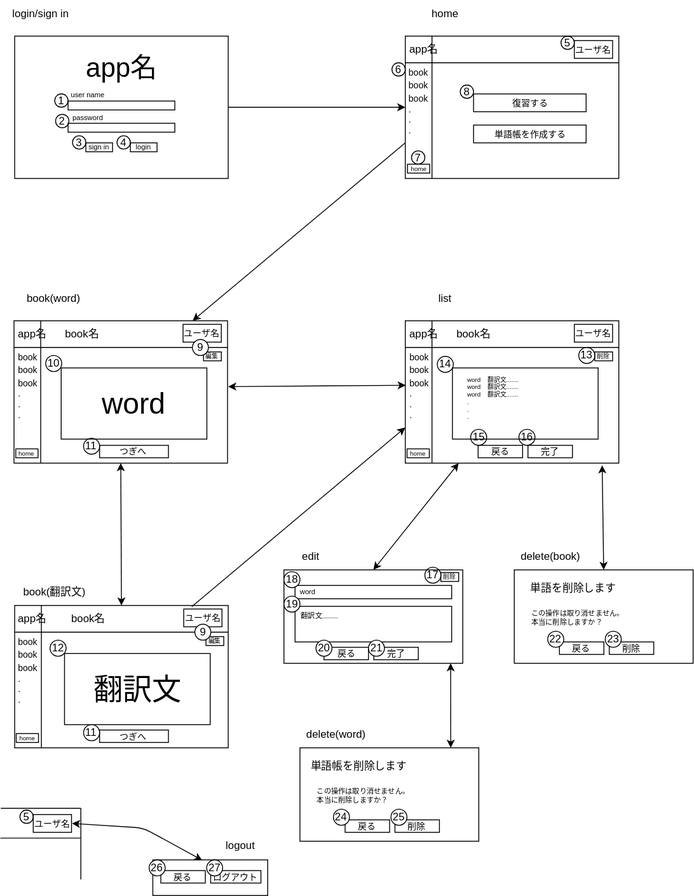
The draw.io diagram 画面遷移図.drawio.svg in hisho-123/my-vocabulary-book_frontend, before a commit. Source tidied: cells renumbered, new cells last; positions are measured from the earlier drawing's top-left corner, leaving out a move shared by most shapes.
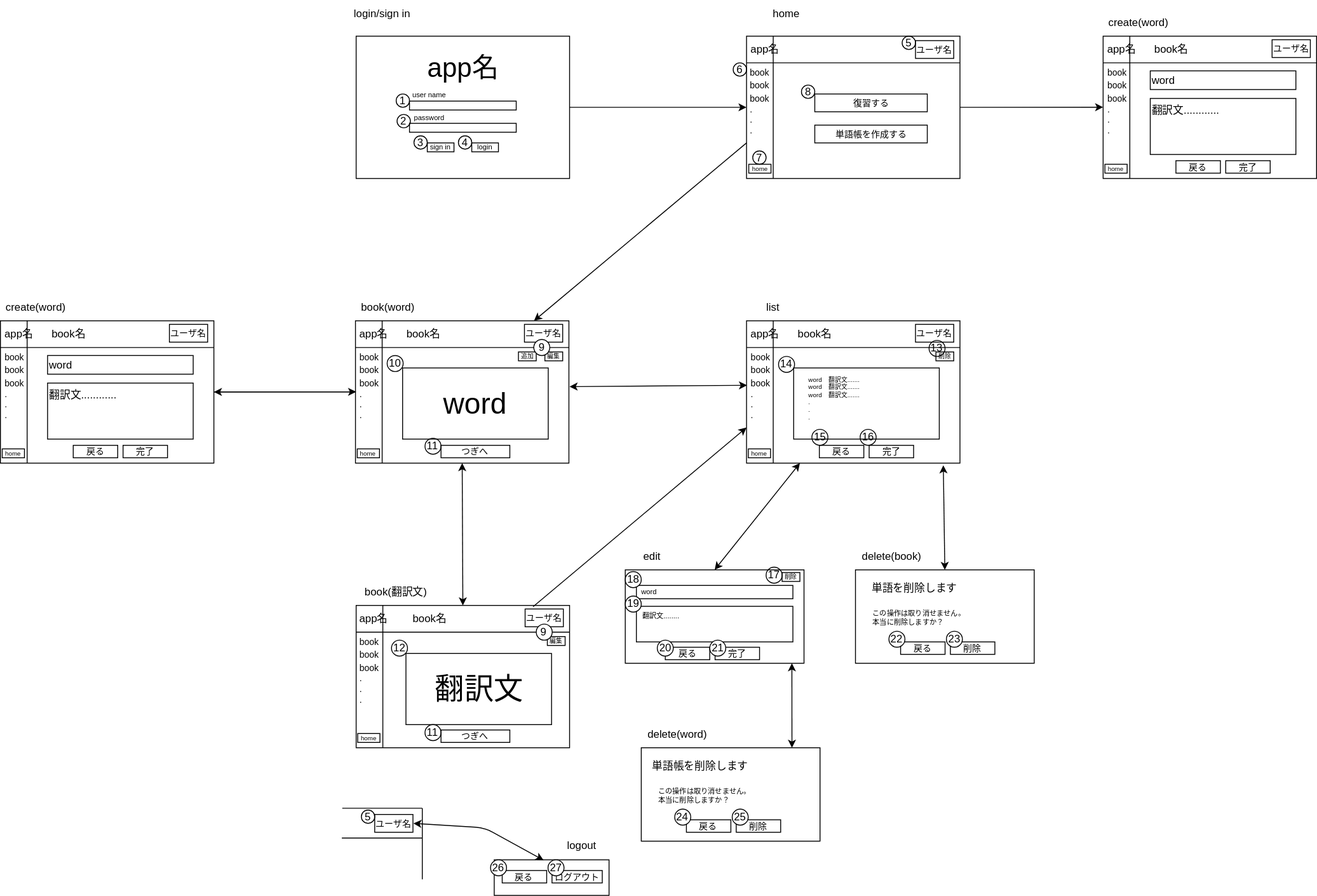
After the commit.

Commit message:
単語帳、単語の作成画面を作成(editREADME)

Change to the diagram source:
```diff
@@ -11,9 +11,17 @@
     <mxCell id="4" style="rounded=0;whiteSpace=wrap;html=1;strokeColor=default;fontSize=12;" parent="1" vertex="1">
       <mxGeometry x="72" y="734" width="163.8" height="80" as="geometry" />
     </mxCell>
+    <mxCell id="119" style="edgeStyle=none;html=1;exitX=0;exitY=0.5;exitDx=0;exitDy=0;entryX=1;entryY=0.5;entryDx=0;entryDy=0;" parent="1" edge="1" source="5" target="123">
+      <mxGeometry relative="1" as="geometry" />
+    </mxCell>
     <mxCell id="5" style="shape=internalStorage;whiteSpace=wrap;html=1;backgroundOutline=1;dx=30;dy=30;" parent="1" vertex="1">
       <mxGeometry x="15.2" y="360" width="240" height="160" as="geometry" />
     </mxCell>
+    <mxCell id="120" style="edgeStyle=none;html=1;exitX=1;exitY=0.5;exitDx=0;exitDy=0;fontSize=9;" parent="1" edge="1" source="6">
+      <mxGeometry relative="1" as="geometry">
+        <mxPoint x="856" y="119.8" as="targetPoint" />
+      </mxGeometry>
+    </mxCell>
     <mxCell id="6" style="shape=internalStorage;whiteSpace=wrap;html=1;backgroundOutline=1;dx=30;dy=30;" parent="1" vertex="1">
       <mxGeometry x="455" y="40" width="240" height="160" as="geometry" />
     </mxCell>
@@ -33,7 +41,7 @@
       <mxGeometry x="456" y="40" width="40" height="30" as="geometry" />
     </mxCell>
     <mxCell id="12" value="book(word)" style="text;html=1;strokeColor=none;fillColor=none;align=center;verticalAlign=middle;whiteSpace=wrap;rounded=0;" parent="1" vertex="1">
-      <mxGeometry x="30.2" y="320" width="60" height="30" as="geometry" />
+      <mxGeometry x="21.9" y="330" width="60" height="30" as="geometry" />
     </mxCell>
     <mxCell id="13" style="rounded=0;whiteSpace=wrap;html=1;strokeColor=default;fontSize=12;" parent="1" vertex="1">
       <mxGeometry x="68.2" y="413" width="163.8" height="80" as="geometry" />
@@ -120,7 +128,7 @@
       <mxGeometry x="455" y="360" width="240" height="160" as="geometry" />
     </mxCell>
     <mxCell id="41" value="list" style="text;html=1;strokeColor=none;fillColor=none;align=center;verticalAlign=middle;whiteSpace=wrap;rounded=0;" parent="1" vertex="1">
-      <mxGeometry x="470" y="320" width="60" height="30" as="geometry" />
+      <mxGeometry x="455" y="330" width="60" height="30" as="geometry" />
     </mxCell>
     <mxCell id="42" style="rounded=0;whiteSpace=wrap;html=1;strokeColor=default;fontSize=12;" parent="1" vertex="1">
       <mxGeometry x="508" y="413" width="163.8" height="80" as="geometry" />
@@ -242,9 +250,6 @@
     <mxCell id="79" value="14" style="ellipse;whiteSpace=wrap;html=1;fontSize=12;fillColor=none;" parent="1" vertex="1">
       <mxGeometry x="491" y="400" width="18" height="18" as="geometry" />
     </mxCell>
-    <mxCell id="80" value="13" style="ellipse;whiteSpace=wrap;html=1;fontSize=12;fillColor=none;" parent="1" vertex="1">
-      <mxGeometry x="650" y="390" width="18" height="18" as="geometry" />
-    </mxCell>
     <mxCell id="81" value="15" style="ellipse;whiteSpace=wrap;html=1;fontSize=12;fillColor=none;" parent="1" vertex="1">
       <mxGeometry x="528.5" y="482" width="18" height="18" as="geometry" />
     </mxCell>
@@ -278,9 +283,6 @@
     <mxCell id="91" value="&lt;font style=&quot;font-size: 7px;&quot;&gt;編集&lt;/font&gt;" style="rounded=0;whiteSpace=wrap;html=1;spacingTop=-3;" parent="1" vertex="1">
       <mxGeometry x="228.2" y="395" width="20" height="10" as="geometry" />
     </mxCell>
-    <mxCell id="92" value="9" style="ellipse;whiteSpace=wrap;html=1;fontSize=12;fillColor=default;" parent="1" vertex="1">
-      <mxGeometry x="215.8" y="381" width="18" height="18" as="geometry" />
-    </mxCell>
     <mxCell id="93" value="23" style="ellipse;whiteSpace=wrap;html=1;fontSize=12;fillColor=default;" parent="1" vertex="1">
       <mxGeometry x="679.8" y="709" width="18" height="18" as="geometry" />
     </mxCell>
@@ -375,5 +377,83 @@
     <mxCell id="118" value="&lt;span style=&quot;font-size: 10px;&quot;&gt;単語帳を作成する&lt;/span&gt;" style="text;html=1;strokeColor=default;fillColor=none;align=center;verticalAlign=middle;whiteSpace=wrap;rounded=0;" parent="1" vertex="1">
       <mxGeometry x="531.8" y="140" width="126.5" height="20" as="geometry" />
     </mxCell>
+    <mxCell id="121" value="&lt;span style=&quot;font-size: 7px;&quot;&gt;追加&lt;/span&gt;" style="rounded=0;whiteSpace=wrap;html=1;spacingTop=-3;" parent="1" vertex="1">
+      <mxGeometry x="198.5" y="395" width="20" height="10" as="geometry" />
+    </mxCell>
+    <mxCell id="80" value="13" style="ellipse;whiteSpace=wrap;html=1;fontSize=12;fillColor=none;" parent="1" vertex="1">
+      <mxGeometry x="660.2" y="382" width="18" height="18" as="geometry" />
+    </mxCell>
+    <mxCell id="92" value="9" style="ellipse;whiteSpace=wrap;html=1;fontSize=12;fillColor=default;" parent="1" vertex="1">
+      <mxGeometry x="215.8" y="381" width="18" height="18" as="geometry" />
+    </mxCell>
+    <mxCell id="122" style="edgeStyle=none;html=1;exitX=1;exitY=0.5;exitDx=0;exitDy=0;entryX=0.008;entryY=0.598;entryDx=0;entryDy=0;entryPerimeter=0;fontSize=9;" parent="1" edge="1" source="123" target="35">
+      <mxGeometry relative="1" as="geometry" />
+    </mxCell>
+    <mxCell id="123" style="shape=internalStorage;whiteSpace=wrap;html=1;backgroundOutline=1;dx=30;dy=30;" parent="1" vertex="1">
+      <mxGeometry x="-384" y="360" width="240" height="160" as="geometry" />
+    </mxCell>
+    <mxCell id="124" value="翻訳文............" style="rounded=0;whiteSpace=wrap;html=1;strokeColor=default;fontSize=12;align=left;verticalAlign=top;" parent="1" vertex="1">
+      <mxGeometry x="-331" y="430" width="163.8" height="63" as="geometry" />
+    </mxCell>
+    <mxCell id="125" value="&lt;font style=&quot;font-size: 10px;&quot;&gt;ユーザ名&lt;/font&gt;" style="text;html=1;strokeColor=default;fillColor=none;align=center;verticalAlign=middle;whiteSpace=wrap;rounded=0;" parent="1" vertex="1">
+      <mxGeometry x="-194" y="364" width="43" height="20" as="geometry" />
+    </mxCell>
+    <mxCell id="126" value="&lt;font style=&quot;font-size: 12px;&quot;&gt;book名&lt;/font&gt;" style="text;html=1;strokeColor=none;fillColor=none;align=center;verticalAlign=middle;whiteSpace=wrap;rounded=0;fontSize=10;" parent="1" vertex="1">
+      <mxGeometry x="-337.2" y="360" width="60" height="30" as="geometry" />
+    </mxCell>
+    <mxCell id="127" value="&lt;font style=&quot;font-size: 12px;&quot;&gt;app名&lt;/font&gt;" style="text;html=1;strokeColor=none;fillColor=none;align=center;verticalAlign=middle;whiteSpace=wrap;rounded=0;fontSize=10;" parent="1" vertex="1">
+      <mxGeometry x="-383.5" y="360" width="40" height="30" as="geometry" />
+    </mxCell>
+    <mxCell id="128" value="&lt;font size=&quot;1&quot;&gt;book&lt;br&gt;book&lt;br&gt;book&lt;br&gt;&lt;div style=&quot;text-align: left;&quot;&gt;.&lt;/div&gt;&lt;div style=&quot;text-align: left;&quot;&gt;.&lt;/div&gt;&lt;div style=&quot;text-align: left;&quot;&gt;.&lt;/div&gt;&lt;/font&gt;" style="rounded=0;whiteSpace=wrap;html=1;strokeColor=none;fillColor=none;" parent="1" vertex="1">
+      <mxGeometry x="-383.5" y="395" width="30" height="75" as="geometry" />
+    </mxCell>
+    <mxCell id="129" value="&lt;font style=&quot;font-size: 7px;&quot;&gt;home&lt;/font&gt;" style="rounded=0;whiteSpace=wrap;html=1;spacingTop=-3;" parent="1" vertex="1">
+      <mxGeometry x="-382" y="504" width="25" height="10" as="geometry" />
+    </mxCell>
+    <mxCell id="130" value="word" style="rounded=0;whiteSpace=wrap;html=1;strokeColor=default;fontSize=12;align=left;" parent="1" vertex="1">
+      <mxGeometry x="-331" y="399" width="163.8" height="21" as="geometry" />
+    </mxCell>
+    <mxCell id="131" value="&lt;span style=&quot;font-size: 10px;&quot;&gt;戻る&lt;/span&gt;" style="text;html=1;strokeColor=default;fillColor=none;align=center;verticalAlign=middle;whiteSpace=wrap;rounded=0;" parent="1" vertex="1">
+      <mxGeometry x="-302.1" y="500" width="50" height="14" as="geometry" />
+    </mxCell>
+    <mxCell id="132" value="&lt;span style=&quot;font-size: 10px;&quot;&gt;完了&lt;/span&gt;" style="text;html=1;strokeColor=default;fillColor=none;align=center;verticalAlign=middle;whiteSpace=wrap;rounded=0;" parent="1" vertex="1">
+      <mxGeometry x="-246.1" y="500" width="50" height="14" as="geometry" />
+    </mxCell>
+    <mxCell id="133" value="create(word)" style="text;html=1;strokeColor=none;fillColor=none;align=center;verticalAlign=middle;whiteSpace=wrap;rounded=0;" parent="1" vertex="1">
+      <mxGeometry x="-384" y="330" width="80" height="30" as="geometry" />
+    </mxCell>
+    <mxCell id="134" style="shape=internalStorage;whiteSpace=wrap;html=1;backgroundOutline=1;dx=30;dy=30;" parent="1" vertex="1">
+      <mxGeometry x="856" y="40" width="240" height="160" as="geometry" />
+    </mxCell>
+    <mxCell id="135" value="翻訳文............" style="rounded=0;whiteSpace=wrap;html=1;strokeColor=default;fontSize=12;align=left;verticalAlign=top;" parent="1" vertex="1">
+      <mxGeometry x="909" y="110" width="163.8" height="63" as="geometry" />
+    </mxCell>
+    <mxCell id="136" value="&lt;font style=&quot;font-size: 10px;&quot;&gt;ユーザ名&lt;/font&gt;" style="text;html=1;strokeColor=default;fillColor=none;align=center;verticalAlign=middle;whiteSpace=wrap;rounded=0;" parent="1" vertex="1">
+      <mxGeometry x="1046" y="44" width="43" height="20" as="geometry" />
+    </mxCell>
+    <mxCell id="137" value="&lt;font style=&quot;font-size: 12px;&quot;&gt;book名&lt;/font&gt;" style="text;html=1;strokeColor=none;fillColor=none;align=center;verticalAlign=middle;whiteSpace=wrap;rounded=0;fontSize=10;" parent="1" vertex="1">
+      <mxGeometry x="902.8" y="40" width="60" height="30" as="geometry" />
+    </mxCell>
+    <mxCell id="138" value="&lt;font style=&quot;font-size: 12px;&quot;&gt;app名&lt;/font&gt;" style="text;html=1;strokeColor=none;fillColor=none;align=center;verticalAlign=middle;whiteSpace=wrap;rounded=0;fontSize=10;" parent="1" vertex="1">
+      <mxGeometry x="856.5" y="40" width="40" height="30" as="geometry" />
+    </mxCell>
+    <mxCell id="139" value="&lt;font size=&quot;1&quot;&gt;book&lt;br&gt;book&lt;br&gt;book&lt;br&gt;&lt;div style=&quot;text-align: left;&quot;&gt;.&lt;/div&gt;&lt;div style=&quot;text-align: left;&quot;&gt;.&lt;/div&gt;&lt;div style=&quot;text-align: left;&quot;&gt;.&lt;/div&gt;&lt;/font&gt;" style="rounded=0;whiteSpace=wrap;html=1;strokeColor=none;fillColor=none;" parent="1" vertex="1">
+      <mxGeometry x="856.5" y="75" width="30" height="75" as="geometry" />
+    </mxCell>
+    <mxCell id="140" value="&lt;font style=&quot;font-size: 7px;&quot;&gt;home&lt;/font&gt;" style="rounded=0;whiteSpace=wrap;html=1;spacingTop=-3;" parent="1" vertex="1">
+      <mxGeometry x="858" y="184" width="25" height="10" as="geometry" />
+    </mxCell>
+    <mxCell id="141" value="word" style="rounded=0;whiteSpace=wrap;html=1;strokeColor=default;fontSize=12;align=left;" parent="1" vertex="1">
+      <mxGeometry x="909" y="79" width="163.8" height="21" as="geometry" />
+    </mxCell>
+    <mxCell id="142" value="&lt;span style=&quot;font-size: 10px;&quot;&gt;戻る&lt;/span&gt;" style="text;html=1;strokeColor=default;fillColor=none;align=center;verticalAlign=middle;whiteSpace=wrap;rounded=0;" parent="1" vertex="1">
+      <mxGeometry x="937.9" y="180" width="50" height="14" as="geometry" />
+    </mxCell>
+    <mxCell id="143" value="&lt;span style=&quot;font-size: 10px;&quot;&gt;完了&lt;/span&gt;" style="text;html=1;strokeColor=default;fillColor=none;align=center;verticalAlign=middle;whiteSpace=wrap;rounded=0;" parent="1" vertex="1">
+      <mxGeometry x="993.9" y="180" width="50" height="14" as="geometry" />
+    </mxCell>
+    <mxCell id="144" value="create(word)" style="text;html=1;strokeColor=none;fillColor=none;align=center;verticalAlign=middle;whiteSpace=wrap;rounded=0;" parent="1" vertex="1">
+      <mxGeometry x="856" y="10" width="80" height="30" as="geometry" />
+    </mxCell>
   </root>
 </mxGraphModel>
```
